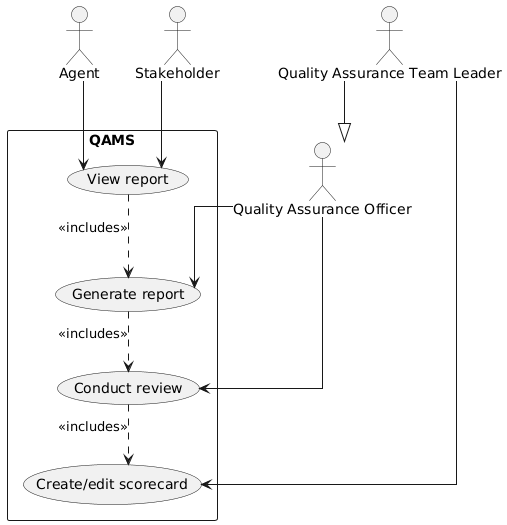
Above: design/uml/ucd.png in finleyowen/qams (PlantUML), before the change.
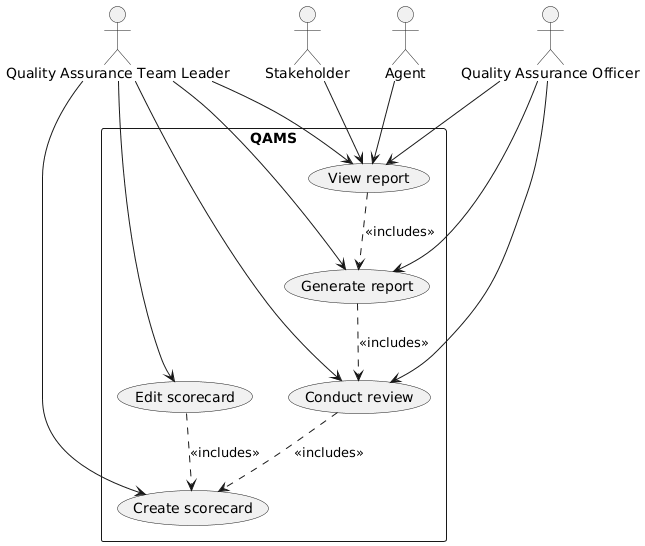
Later version of the same file.

What changed in the source:
```diff
@@ -1,31 +1,35 @@
 @startuml ucd
 
-skinparam linetype ortho
 
 actor "Quality Assurance Officer" as qa
 actor "Quality Assurance Team Leader" as qal
 actor "Agent" as ag
 actor "Stakeholder" as sh
 
-qal --|> qa
-
 rectangle "QAMS" {
-    (Create/edit scorecard) as uc1
-    (Conduct review) as uc2
-    (Generate report) as uc3
-    (View report) as uc4
+    (Create scorecard) as create
+    (Edit scorecard) as edit
+    (Conduct review) as review
+    (Generate report) as report
+    (View report) as view
 }
 
-qal --> uc1
+qal --> create
+qal --> edit
+qal --> review
+qal --> report
+qal --> view
 
-qa --> uc2
-qa --> uc3
+qa --> review
+qa --> report
+qa --> view
 
-sh --> uc4
-ag --> uc4
+sh --> view
+ag --> view
 
-uc2 ..> uc1: <<includes>>
-uc3 ..> uc2: <<includes>>
-uc4 ..> uc3: <<includes>>
+review ..> create: <<includes>>
+report ..> review: <<includes>>
+view ..> report: <<includes>>
+edit ..> create: <<includes>>
 
 @enduml
```
